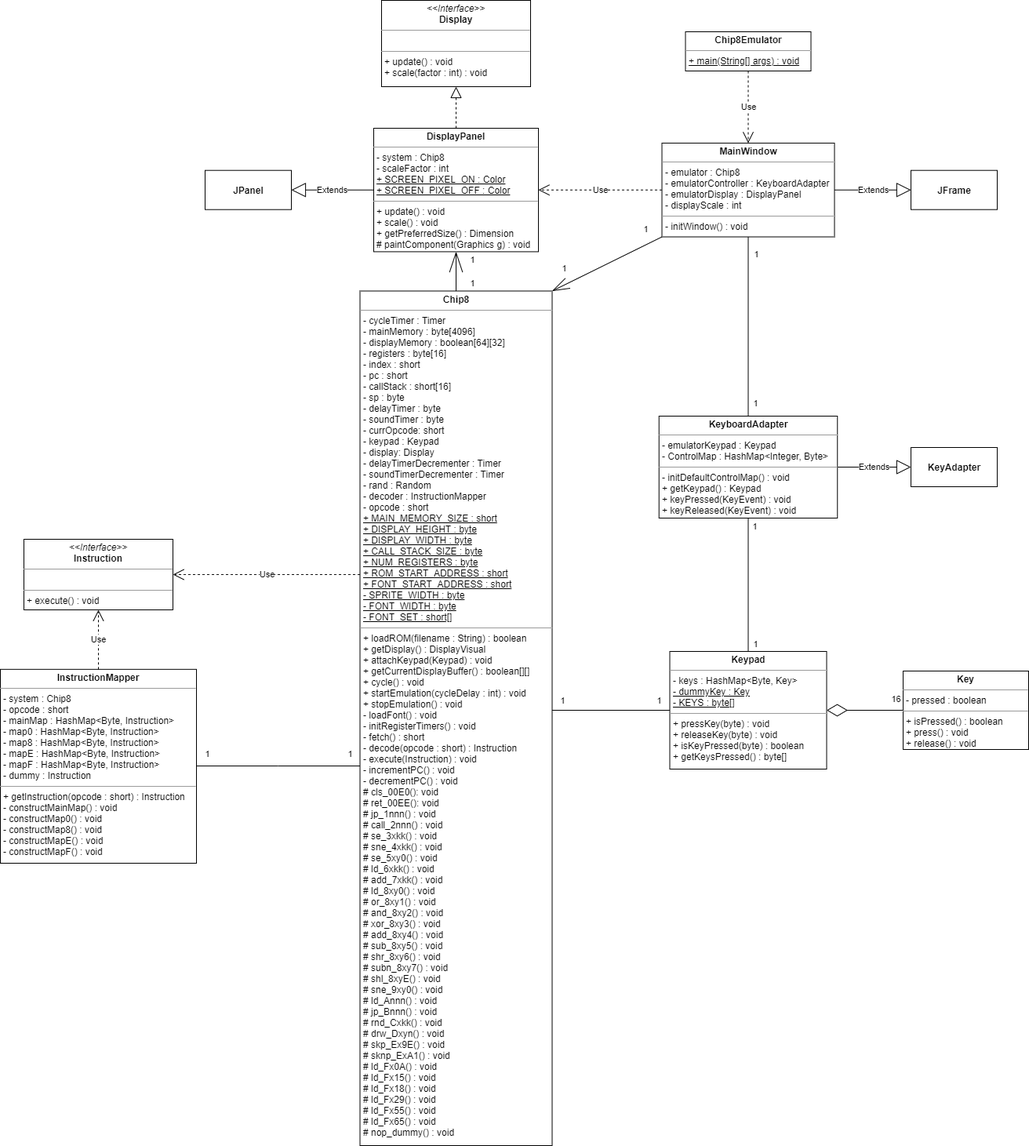
Earlier version of the draw.io export diagrams/ClassDiagram.png (Pokepeople02/Chip8). Source tidied: cells renumbered, new cells last; positions are measured from the earlier drawing's top-left corner, leaving out a move shared by most shapes.
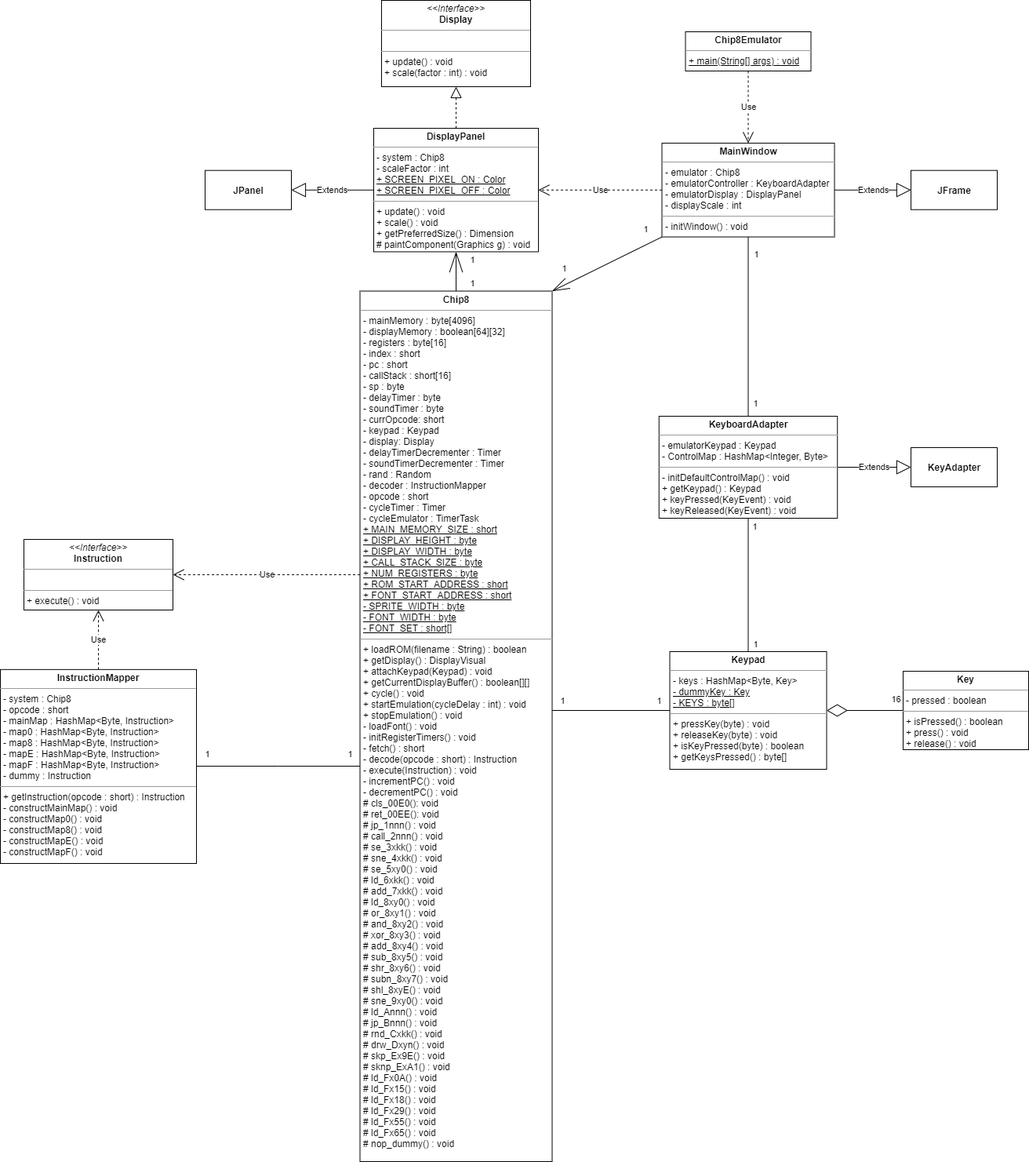
Later version of the same file.

Commit message:
Added TimerTask as member to Chip8 diagram

Change to the diagram source:
```diff
@@ -15,8 +15,8 @@
         <mxPoint y="-15.3" as="offset" />
       </mxGeometry>
     </mxCell>
-    <mxCell id="5" value="&lt;p style=&quot;margin: 0px ; margin-top: 4px ; text-align: center&quot;&gt;&lt;b&gt;Chip8&lt;/b&gt;&lt;/p&gt;&lt;hr size=&quot;1&quot;&gt;&lt;p style=&quot;margin: 0px ; margin-left: 4px&quot;&gt;- cycleTimer : Timer&lt;/p&gt;&lt;p style=&quot;margin: 0px ; margin-left: 4px&quot;&gt;- mainMemory : byte[4096]&lt;/p&gt;&lt;p style=&quot;margin: 0px ; margin-left: 4px&quot;&gt;- displayMemory : boolean[64][32]&lt;/p&gt;&lt;p style=&quot;margin: 0px 0px 0px 4px&quot;&gt;- registers : byte[16]&lt;/p&gt;&lt;p style=&quot;margin: 0px 0px 0px 4px&quot;&gt;- index : short&lt;/p&gt;&lt;p style=&quot;margin: 0px 0px 0px 4px&quot;&gt;- pc : short&lt;/p&gt;&lt;p style=&quot;margin: 0px 0px 0px 4px&quot;&gt;- callStack : short[16]&lt;/p&gt;&lt;p style=&quot;margin: 0px 0px 0px 4px&quot;&gt;- sp : byte&lt;/p&gt;&lt;p style=&quot;margin: 0px 0px 0px 4px&quot;&gt;- delayTimer : byte&lt;/p&gt;&lt;p style=&quot;margin: 0px 0px 0px 4px&quot;&gt;- soundTimer : byte&lt;/p&gt;&lt;p style=&quot;margin: 0px 0px 0px 4px&quot;&gt;- currOpcode: short&lt;/p&gt;&lt;p style=&quot;margin: 0px 0px 0px 4px&quot;&gt;- keypad : Keypad&lt;br&gt;&lt;/p&gt;&lt;p style=&quot;margin: 0px 0px 0px 4px&quot;&gt;- display: Display&lt;br&gt;&lt;/p&gt;&lt;p style=&quot;margin: 0px 0px 0px 4px&quot;&gt;- delayTimerDecrementer : Timer&lt;br&gt;&lt;/p&gt;&lt;p style=&quot;margin: 0px 0px 0px 4px&quot;&gt;- soundTimerDecrementer : Timer&lt;/p&gt;&lt;p style=&quot;margin: 0px ; margin-left: 4px&quot;&gt;- rand : Random&lt;br&gt;&lt;/p&gt;&lt;p style=&quot;margin: 0px ; margin-left: 4px&quot;&gt;- decoder : InstructionMapper&lt;br&gt;&lt;/p&gt;&lt;p style=&quot;margin: 0px ; margin-left: 4px&quot;&gt;- opcode : short&lt;/p&gt;&lt;p style=&quot;margin: 0px ; margin-left: 4px&quot;&gt;&lt;u&gt;+ MAIN_MEMORY_SIZE : short&lt;/u&gt;&lt;/p&gt;&lt;p style=&quot;margin: 0px ; margin-left: 4px&quot;&gt;&lt;u&gt;+ DISPLAY_HEIGHT : byte&lt;/u&gt;&lt;/p&gt;&lt;p style=&quot;margin: 0px ; margin-left: 4px&quot;&gt;&lt;u&gt;+ DISPLAY_WIDTH : byte&lt;/u&gt;&lt;/p&gt;&lt;p style=&quot;margin: 0px 0px 0px 4px&quot;&gt;&lt;u&gt;+ CALL_STACK_SIZE : byte&lt;/u&gt;&lt;/p&gt;&lt;p style=&quot;margin: 0px 0px 0px 4px&quot;&gt;&lt;u&gt;+ NUM_REGISTERS : byte&lt;/u&gt;&lt;/p&gt;&lt;p style=&quot;margin: 0px ; margin-left: 4px&quot;&gt;&lt;u&gt;+ ROM_START_ADDRESS : short&lt;/u&gt;&lt;/p&gt;&lt;p style=&quot;margin: 0px ; margin-left: 4px&quot;&gt;&lt;u&gt;+ FONT_START_ADDRESS : short&lt;/u&gt;&lt;/p&gt;&lt;p style=&quot;margin: 0px ; margin-left: 4px&quot;&gt;&lt;u&gt;- SPRITE_WIDTH : byte&lt;/u&gt;&lt;/p&gt;&lt;p style=&quot;margin: 0px ; margin-left: 4px&quot;&gt;&lt;u&gt;- FONT_WIDTH : byte&lt;/u&gt;&lt;/p&gt;&lt;p style=&quot;margin: 0px ; margin-left: 4px&quot;&gt;&lt;u&gt;- FONT_SET : short[]&lt;/u&gt;&lt;u&gt;&lt;br&gt;&lt;/u&gt;&lt;/p&gt;&lt;hr size=&quot;1&quot;&gt;&lt;p style=&quot;margin: 0px ; margin-left: 4px&quot;&gt;+ loadROM(filename : String) : boolean&lt;/p&gt;&lt;p style=&quot;margin: 0px ; margin-left: 4px&quot;&gt;+ getDisplay() : DisplayVisual&lt;/p&gt;&lt;p style=&quot;margin: 0px ; margin-left: 4px&quot;&gt;+ attachKeypad(Keypad) : void&lt;br&gt;&lt;/p&gt;&lt;p style=&quot;margin: 0px ; margin-left: 4px&quot;&gt;+ getCurrentDisplayBuffer() : boolean[][]&lt;br&gt;&lt;/p&gt;&lt;p style=&quot;margin: 0px ; margin-left: 4px&quot;&gt;+ cycle() : void&lt;/p&gt;&lt;p style=&quot;margin: 0px 0px 0px 4px&quot;&gt;+ startEmulation(cycleDelay : int) : void&lt;/p&gt;&lt;p style=&quot;margin: 0px 0px 0px 4px&quot;&gt;+ stopEmulation() : void&lt;/p&gt;&lt;p style=&quot;margin: 0px ; margin-left: 4px&quot;&gt;- loadFont() : void&lt;/p&gt;&lt;p style=&quot;margin: 0px ; margin-left: 4px&quot;&gt;- initRegisterTimers() : void&lt;/p&gt;&lt;p style=&quot;margin: 0px ; margin-left: 4px&quot;&gt;- fetch() : short&lt;/p&gt;&lt;p style=&quot;margin: 0px ; margin-left: 4px&quot;&gt;- decode(opcode : short) : Instruction&lt;/p&gt;&lt;p style=&quot;margin: 0px ; margin-left: 4px&quot;&gt;- execute(Instruction) : void&lt;/p&gt;&lt;p style=&quot;margin: 0px ; margin-left: 4px&quot;&gt;- incrementPC() : void&lt;/p&gt;&lt;p style=&quot;margin: 0px ; margin-left: 4px&quot;&gt;- decrementPC() : void&lt;/p&gt;&lt;p style=&quot;margin: 0px 0px 0px 4px&quot;&gt;# cls_00E0(): void&lt;br&gt;&lt;/p&gt;&lt;p style=&quot;margin: 0px 0px 0px 4px&quot;&gt;# ret_00EE(): void&lt;/p&gt;&lt;p style=&quot;margin: 0px 0px 0px 4px&quot;&gt;# jp_1nnn() : void&lt;/p&gt;&lt;p style=&quot;margin: 0px 0px 0px 4px&quot;&gt;# call_2nnn() : void&lt;/p&gt;&lt;p style=&quot;margin: 0px 0px 0px 4px&quot;&gt;# se_3xkk() : void&lt;/p&gt;&lt;p style=&quot;margin: 0px 0px 0px 4px&quot;&gt;# sne_4xkk() : void&lt;/p&gt;&lt;p style=&quot;margin: 0px 0px 0px 4px&quot;&gt;# se_5xy0() : void&lt;/p&gt;&lt;p style=&quot;margin: 0px 0px 0px 4px&quot;&gt;# ld_6xkk() : void&lt;/p&gt;&lt;p style=&quot;margin: 0px 0px 0px 4px&quot;&gt;# add_7xkk() : void&lt;/p&gt;&lt;p style=&quot;margin: 0px 0px 0px 4px&quot;&gt;# ld_8xy0() : void&lt;/p&gt;&lt;p style=&quot;margin: 0px 0px 0px 4px&quot;&gt;# or_8xy1() : void&lt;/p&gt;&lt;p style=&quot;margin: 0px 0px 0px 4px&quot;&gt;# and_8xy2() : void&lt;/p&gt;&lt;p style=&quot;margin: 0px 0px 0px 4px&quot;&gt;# xor_8xy3() : void&lt;/p&gt;&lt;p style=&quot;margin: 0px 0px 0px 4px&quot;&gt;# add_8xy4() : void&lt;/p&gt;&lt;p style=&quot;margin: 0px 0px 0px 4px&quot;&gt;# sub_8xy5() : void&lt;/p&gt;&lt;p style=&quot;margin: 0px 0px 0px 4px&quot;&gt;# shr_8xy6() : void&lt;/p&gt;&lt;p style=&quot;margin: 0px 0px 0px 4px&quot;&gt;# subn_8xy7() : void&lt;/p&gt;&lt;p style=&quot;margin: 0px 0px 0px 4px&quot;&gt;# shl_8xyE() : void&lt;/p&gt;&lt;p style=&quot;margin: 0px 0px 0px 4px&quot;&gt;# sne_9xy0() : void&lt;/p&gt;&lt;p style=&quot;margin: 0px 0px 0px 4px&quot;&gt;# ld_Annn() : void&lt;/p&gt;&lt;p style=&quot;margin: 0px 0px 0px 4px&quot;&gt;# jp_Bnnn() : void&lt;/p&gt;&lt;p style=&quot;margin: 0px 0px 0px 4px&quot;&gt;# rnd_Cxkk() : void&lt;/p&gt;&lt;p style=&quot;margin: 0px 0px 0px 4px&quot;&gt;# drw_Dxyn() : void&lt;/p&gt;&lt;p style=&quot;margin: 0px 0px 0px 4px&quot;&gt;# skp_Ex9E() : void&lt;/p&gt;&lt;p style=&quot;margin: 0px 0px 0px 4px&quot;&gt;# sknp_ExA1() : void&lt;/p&gt;&lt;p style=&quot;margin: 0px 0px 0px 4px&quot;&gt;# ld_Fx0A() : void&lt;/p&gt;&lt;p style=&quot;margin: 0px 0px 0px 4px&quot;&gt;# ld_Fx15() : void&lt;/p&gt;&lt;p style=&quot;margin: 0px 0px 0px 4px&quot;&gt;# ld_Fx18() : void&lt;/p&gt;&lt;p style=&quot;margin: 0px 0px 0px 4px&quot;&gt;# ld_Fx29() : void&lt;/p&gt;&lt;p style=&quot;margin: 0px 0px 0px 4px&quot;&gt;# ld_Fx55() : void&lt;/p&gt;&lt;p style=&quot;margin: 0px 0px 0px 4px&quot;&gt;# ld_Fx65() : void&lt;/p&gt;&lt;p style=&quot;margin: 0px 0px 0px 4px&quot;&gt;# nop_dummy() : void&lt;/p&gt;" style="verticalAlign=top;align=left;overflow=fill;fontSize=12;fontFamily=Helvetica;html=1;" parent="1" vertex="1">
-      <mxGeometry x="458.5" y="370.5" width="245" height="1089.5" as="geometry" />
+    <mxCell id="5" value="&lt;p style=&quot;margin: 0px ; margin-top: 4px ; text-align: center&quot;&gt;&lt;b&gt;Chip8&lt;/b&gt;&lt;/p&gt;&lt;hr size=&quot;1&quot;&gt;&lt;p style=&quot;margin: 0px ; margin-left: 4px&quot;&gt;&lt;span&gt;- mainMemory : byte[4096]&lt;/span&gt;&lt;br&gt;&lt;/p&gt;&lt;p style=&quot;margin: 0px ; margin-left: 4px&quot;&gt;- displayMemory : boolean[64][32]&lt;/p&gt;&lt;p style=&quot;margin: 0px 0px 0px 4px&quot;&gt;- registers : byte[16]&lt;/p&gt;&lt;p style=&quot;margin: 0px 0px 0px 4px&quot;&gt;- index : short&lt;/p&gt;&lt;p style=&quot;margin: 0px 0px 0px 4px&quot;&gt;- pc : short&lt;/p&gt;&lt;p style=&quot;margin: 0px 0px 0px 4px&quot;&gt;- callStack : short[16]&lt;/p&gt;&lt;p style=&quot;margin: 0px 0px 0px 4px&quot;&gt;- sp : byte&lt;/p&gt;&lt;p style=&quot;margin: 0px 0px 0px 4px&quot;&gt;- delayTimer : byte&lt;/p&gt;&lt;p style=&quot;margin: 0px 0px 0px 4px&quot;&gt;- soundTimer : byte&lt;/p&gt;&lt;p style=&quot;margin: 0px 0px 0px 4px&quot;&gt;- currOpcode: short&lt;/p&gt;&lt;p style=&quot;margin: 0px 0px 0px 4px&quot;&gt;- keypad : Keypad&lt;br&gt;&lt;/p&gt;&lt;p style=&quot;margin: 0px 0px 0px 4px&quot;&gt;- display: Display&lt;br&gt;&lt;/p&gt;&lt;p style=&quot;margin: 0px 0px 0px 4px&quot;&gt;- delayTimerDecrementer : Timer&lt;br&gt;&lt;/p&gt;&lt;p style=&quot;margin: 0px 0px 0px 4px&quot;&gt;- soundTimerDecrementer : Timer&lt;/p&gt;&lt;p style=&quot;margin: 0px ; margin-left: 4px&quot;&gt;- rand : Random&lt;br&gt;&lt;/p&gt;&lt;p style=&quot;margin: 0px ; margin-left: 4px&quot;&gt;- decoder : InstructionMapper&lt;br&gt;&lt;/p&gt;&lt;p style=&quot;margin: 0px ; margin-left: 4px&quot;&gt;- opcode : short&lt;/p&gt;&lt;p style=&quot;margin: 0px ; margin-left: 4px&quot;&gt;- cycleTimer : Timer&lt;br&gt;&lt;/p&gt;&lt;p style=&quot;margin: 0px ; margin-left: 4px&quot;&gt;- cycleEmulator : TimerTask&lt;/p&gt;&lt;p style=&quot;margin: 0px ; margin-left: 4px&quot;&gt;&lt;u&gt;+ MAIN_MEMORY_SIZE : short&lt;/u&gt;&lt;/p&gt;&lt;p style=&quot;margin: 0px ; margin-left: 4px&quot;&gt;&lt;u&gt;+ DISPLAY_HEIGHT : byte&lt;/u&gt;&lt;/p&gt;&lt;p style=&quot;margin: 0px ; margin-left: 4px&quot;&gt;&lt;u&gt;+ DISPLAY_WIDTH : byte&lt;/u&gt;&lt;/p&gt;&lt;p style=&quot;margin: 0px 0px 0px 4px&quot;&gt;&lt;u&gt;+ CALL_STACK_SIZE : byte&lt;/u&gt;&lt;/p&gt;&lt;p style=&quot;margin: 0px 0px 0px 4px&quot;&gt;&lt;u&gt;+ NUM_REGISTERS : byte&lt;/u&gt;&lt;/p&gt;&lt;p style=&quot;margin: 0px ; margin-left: 4px&quot;&gt;&lt;u&gt;+ ROM_START_ADDRESS : short&lt;/u&gt;&lt;/p&gt;&lt;p style=&quot;margin: 0px ; margin-left: 4px&quot;&gt;&lt;u&gt;+ FONT_START_ADDRESS : short&lt;/u&gt;&lt;/p&gt;&lt;p style=&quot;margin: 0px ; margin-left: 4px&quot;&gt;&lt;u&gt;- SPRITE_WIDTH : byte&lt;/u&gt;&lt;/p&gt;&lt;p style=&quot;margin: 0px ; margin-left: 4px&quot;&gt;&lt;u&gt;- FONT_WIDTH : byte&lt;/u&gt;&lt;/p&gt;&lt;p style=&quot;margin: 0px ; margin-left: 4px&quot;&gt;&lt;u&gt;- FONT_SET : short[]&lt;/u&gt;&lt;u&gt;&lt;br&gt;&lt;/u&gt;&lt;/p&gt;&lt;hr size=&quot;1&quot;&gt;&lt;p style=&quot;margin: 0px ; margin-left: 4px&quot;&gt;+ loadROM(filename : String) : boolean&lt;/p&gt;&lt;p style=&quot;margin: 0px ; margin-left: 4px&quot;&gt;+ getDisplay() : DisplayVisual&lt;/p&gt;&lt;p style=&quot;margin: 0px ; margin-left: 4px&quot;&gt;+ attachKeypad(Keypad) : void&lt;br&gt;&lt;/p&gt;&lt;p style=&quot;margin: 0px ; margin-left: 4px&quot;&gt;+ getCurrentDisplayBuffer() : boolean[][]&lt;br&gt;&lt;/p&gt;&lt;p style=&quot;margin: 0px ; margin-left: 4px&quot;&gt;+ cycle() : void&lt;/p&gt;&lt;p style=&quot;margin: 0px 0px 0px 4px&quot;&gt;+ startEmulation(cycleDelay : int) : void&lt;/p&gt;&lt;p style=&quot;margin: 0px 0px 0px 4px&quot;&gt;+ stopEmulation() : void&lt;/p&gt;&lt;p style=&quot;margin: 0px ; margin-left: 4px&quot;&gt;- loadFont() : void&lt;/p&gt;&lt;p style=&quot;margin: 0px ; margin-left: 4px&quot;&gt;- initRegisterTimers() : void&lt;/p&gt;&lt;p style=&quot;margin: 0px ; margin-left: 4px&quot;&gt;- fetch() : short&lt;/p&gt;&lt;p style=&quot;margin: 0px ; margin-left: 4px&quot;&gt;- decode(opcode : short) : Instruction&lt;/p&gt;&lt;p style=&quot;margin: 0px ; margin-left: 4px&quot;&gt;- execute(Instruction) : void&lt;/p&gt;&lt;p style=&quot;margin: 0px ; margin-left: 4px&quot;&gt;- incrementPC() : void&lt;/p&gt;&lt;p style=&quot;margin: 0px ; margin-left: 4px&quot;&gt;- decrementPC() : void&lt;/p&gt;&lt;p style=&quot;margin: 0px 0px 0px 4px&quot;&gt;# cls_00E0(): void&lt;br&gt;&lt;/p&gt;&lt;p style=&quot;margin: 0px 0px 0px 4px&quot;&gt;# ret_00EE(): void&lt;/p&gt;&lt;p style=&quot;margin: 0px 0px 0px 4px&quot;&gt;# jp_1nnn() : void&lt;/p&gt;&lt;p style=&quot;margin: 0px 0px 0px 4px&quot;&gt;# call_2nnn() : void&lt;/p&gt;&lt;p style=&quot;margin: 0px 0px 0px 4px&quot;&gt;# se_3xkk() : void&lt;/p&gt;&lt;p style=&quot;margin: 0px 0px 0px 4px&quot;&gt;# sne_4xkk() : void&lt;/p&gt;&lt;p style=&quot;margin: 0px 0px 0px 4px&quot;&gt;# se_5xy0() : void&lt;/p&gt;&lt;p style=&quot;margin: 0px 0px 0px 4px&quot;&gt;# ld_6xkk() : void&lt;/p&gt;&lt;p style=&quot;margin: 0px 0px 0px 4px&quot;&gt;# add_7xkk() : void&lt;/p&gt;&lt;p style=&quot;margin: 0px 0px 0px 4px&quot;&gt;# ld_8xy0() : void&lt;/p&gt;&lt;p style=&quot;margin: 0px 0px 0px 4px&quot;&gt;# or_8xy1() : void&lt;/p&gt;&lt;p style=&quot;margin: 0px 0px 0px 4px&quot;&gt;# and_8xy2() : void&lt;/p&gt;&lt;p style=&quot;margin: 0px 0px 0px 4px&quot;&gt;# xor_8xy3() : void&lt;/p&gt;&lt;p style=&quot;margin: 0px 0px 0px 4px&quot;&gt;# add_8xy4() : void&lt;/p&gt;&lt;p style=&quot;margin: 0px 0px 0px 4px&quot;&gt;# sub_8xy5() : void&lt;/p&gt;&lt;p style=&quot;margin: 0px 0px 0px 4px&quot;&gt;# shr_8xy6() : void&lt;/p&gt;&lt;p style=&quot;margin: 0px 0px 0px 4px&quot;&gt;# subn_8xy7() : void&lt;/p&gt;&lt;p style=&quot;margin: 0px 0px 0px 4px&quot;&gt;# shl_8xyE() : void&lt;/p&gt;&lt;p style=&quot;margin: 0px 0px 0px 4px&quot;&gt;# sne_9xy0() : void&lt;/p&gt;&lt;p style=&quot;margin: 0px 0px 0px 4px&quot;&gt;# ld_Annn() : void&lt;/p&gt;&lt;p style=&quot;margin: 0px 0px 0px 4px&quot;&gt;# jp_Bnnn() : void&lt;/p&gt;&lt;p style=&quot;margin: 0px 0px 0px 4px&quot;&gt;# rnd_Cxkk() : void&lt;/p&gt;&lt;p style=&quot;margin: 0px 0px 0px 4px&quot;&gt;# drw_Dxyn() : void&lt;/p&gt;&lt;p style=&quot;margin: 0px 0px 0px 4px&quot;&gt;# skp_Ex9E() : void&lt;/p&gt;&lt;p style=&quot;margin: 0px 0px 0px 4px&quot;&gt;# sknp_ExA1() : void&lt;/p&gt;&lt;p style=&quot;margin: 0px 0px 0px 4px&quot;&gt;# ld_Fx0A() : void&lt;/p&gt;&lt;p style=&quot;margin: 0px 0px 0px 4px&quot;&gt;# ld_Fx15() : void&lt;/p&gt;&lt;p style=&quot;margin: 0px 0px 0px 4px&quot;&gt;# ld_Fx18() : void&lt;/p&gt;&lt;p style=&quot;margin: 0px 0px 0px 4px&quot;&gt;# ld_Fx29() : void&lt;/p&gt;&lt;p style=&quot;margin: 0px 0px 0px 4px&quot;&gt;# ld_Fx55() : void&lt;/p&gt;&lt;p style=&quot;margin: 0px 0px 0px 4px&quot;&gt;# ld_Fx65() : void&lt;/p&gt;&lt;p style=&quot;margin: 0px 0px 0px 4px&quot;&gt;# nop_dummy() : void&lt;/p&gt;" style="verticalAlign=top;align=left;overflow=fill;fontSize=12;fontFamily=Helvetica;html=1;" parent="1" vertex="1">
+      <mxGeometry x="458.5" y="370.5" width="245" height="1109.5" as="geometry" />
     </mxCell>
     <mxCell id="6" style="edgeStyle=elbowEdgeStyle;rounded=0;jettySize=auto;elbow=vertical;html=1;endArrow=none;endFill=0;startSize=24;endSize=24;" parent="1" edge="1" source="9" target="5">
       <mxGeometry relative="1" as="geometry" />
```
